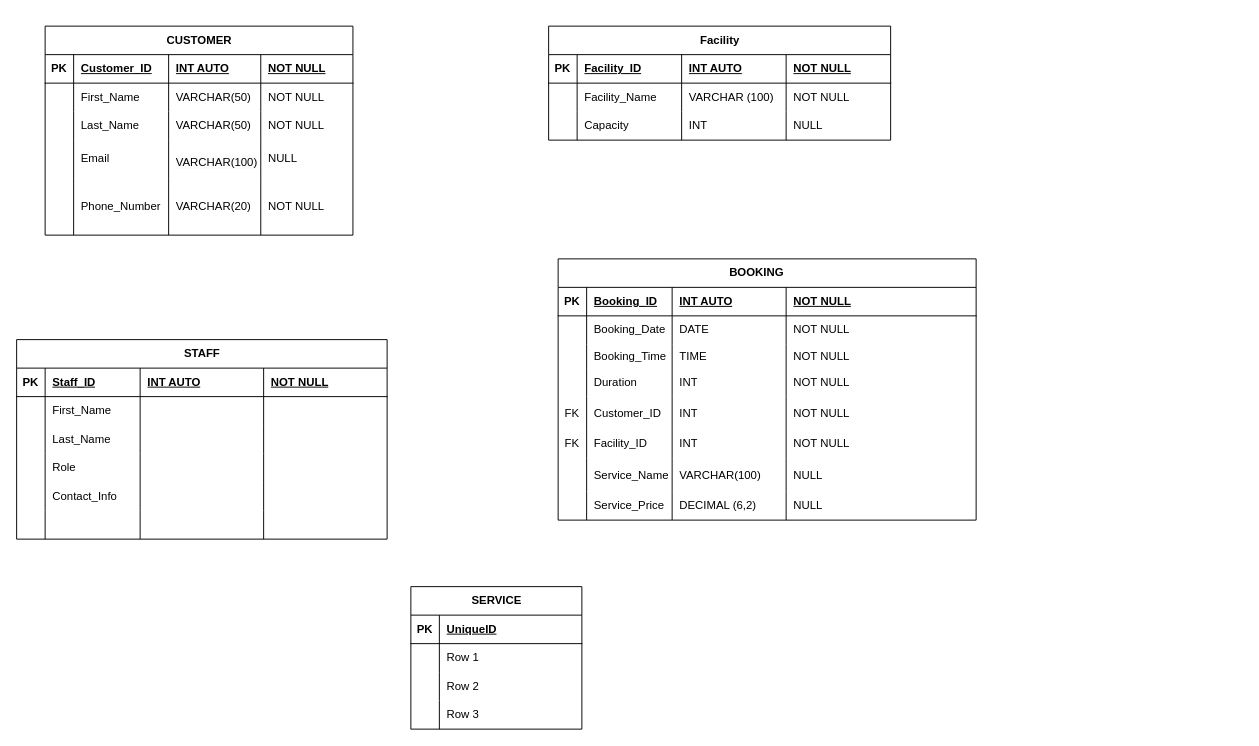
rodolfo-lopez-dev/Capstone_1 keeps this draw.io diagram as ERD_Lopez.drawio. Above is the earlier version. Source tidied: cells renumbered, new cells numbered last; positions are measured from the earlier drawing's top-left corner, leaving out a move shared by most shapes. Both pictures are drawn from the tidied source at 95%, with x=0, y=0 at pixel (16, 26).
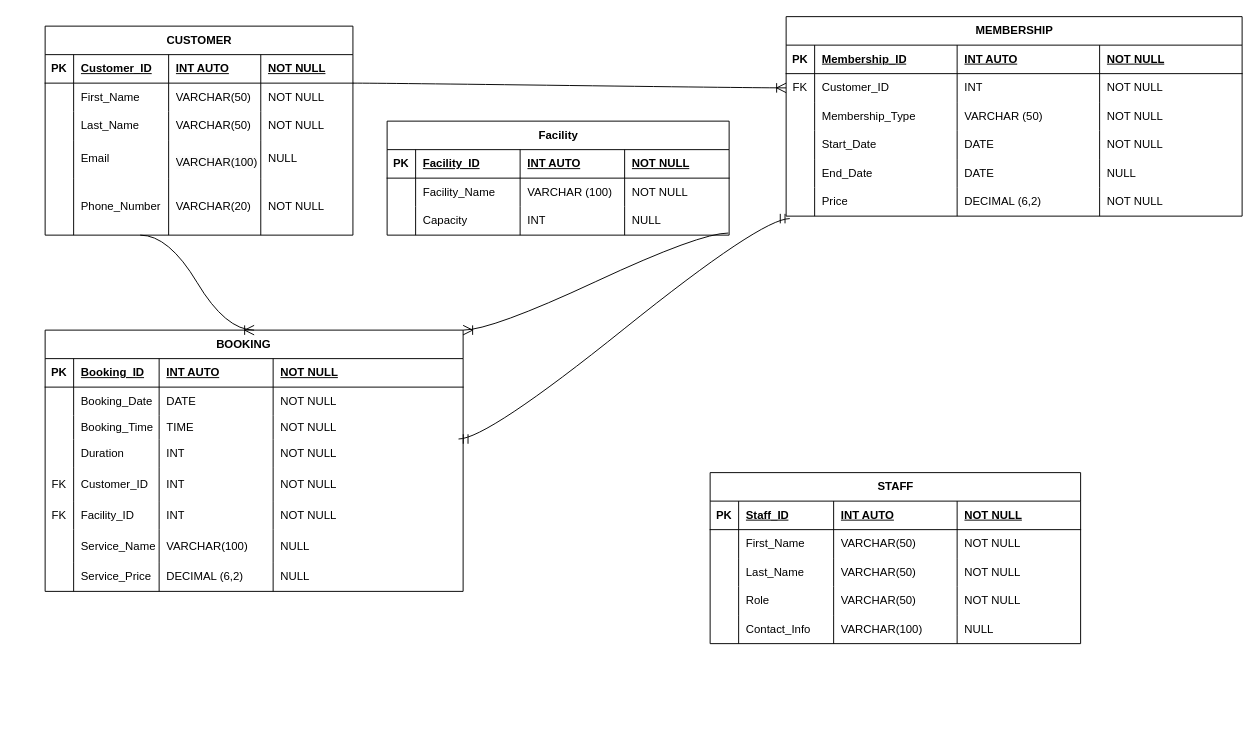
Above is the later version.

Commit message (it also covers changes not shown here):
finished erd diagram and now working on creation of tables in my business

Unchanged cells that the change refers to:
```xml
<mxCell id="23" style="shape=tableRow;horizontal=0;startSize=0;swimlaneHead=0;swimlaneBody=0;fillColor=none;points=[[0,0.5],[1,0.5]];portConstraint=eastwest;top=0;left=0;right=0;bottom=0;" parent="2" vertex="1">
  <mxGeometry y="160" width="324" height="60" as="geometry" />
</mxCell>
<mxCell id="39" style="shape=tableRow;horizontal=0;startSize=0;swimlaneHead=0;swimlaneBody=0;fillColor=none;points=[[0,0.5],[1,0.5]];portConstraint=eastwest;top=0;left=0;right=0;bottom=0;" parent="28" vertex="1">
  <mxGeometry y="90" width="360" height="30" as="geometry" />
</mxCell>
<mxCell id="60" style="shape=tableRow;horizontal=0;startSize=0;swimlaneHead=0;swimlaneBody=0;fillColor=none;points=[[0,0.5],[1,0.5]];portConstraint=eastwest;top=0;left=0;right=0;bottom=0;" parent="44" vertex="1">
  <mxGeometry y="115" width="440" height="30" as="geometry" />
</mxCell>
<mxCell id="91" style="shape=tableRow;horizontal=0;startSize=0;swimlaneHead=0;swimlaneBody=0;fillColor=none;top=0;left=0;right=0;bottom=0;" parent="85" vertex="1">
  <mxGeometry y="60" width="390" height="30" as="geometry" />
</mxCell>
<mxCell id="96" style="shape=tableRow;horizontal=0;startSize=0;swimlaneHead=0;swimlaneBody=0;fillColor=none;top=0;left=0;right=0;bottom=0;" parent="85" vertex="1">
  <mxGeometry y="90" width="390" height="30" as="geometry" />
</mxCell>
<mxCell id="101" style="shape=tableRow;horizontal=0;startSize=0;swimlaneHead=0;swimlaneBody=0;fillColor=none;top=0;left=0;right=0;bottom=0;" parent="85" vertex="1">
  <mxGeometry y="120" width="390" height="30" as="geometry" />
</mxCell>
<mxCell id="106" style="shape=tableRow;horizontal=0;startSize=0;swimlaneHead=0;swimlaneBody=0;fillColor=none;top=0;left=0;right=0;bottom=0;" parent="85" vertex="1">
  <mxGeometry y="150" width="390" height="30" as="geometry" />
</mxCell>
```

The edit, as a diff of the source:
```diff
@@
     <mxCell id="28" value="Facility" style="shape=table;startSize=30;childLayout=tableLayout;rowLines=0;fontStyle=1;align=center;html=1;" parent="1" vertex="1">
-      <mxGeometry x="560" width="360" height="120" as="geometry" />
+      <mxGeometry x="390" y="100" width="360" height="120" as="geometry" />
     </mxCell>
@@
     <mxCell id="44" value="BOOKING&lt;span style=&quot;white-space: pre;&quot;&gt;&#9;&lt;/span&gt;" style="shape=table;startSize=30;childLayout=tableLayout;rowLines=0;fontStyle=1;align=center;html=1;" parent="1" vertex="1">
-      <mxGeometry x="570" y="245" width="440" height="275" as="geometry" />
+      <mxGeometry x="30" y="320" width="440" height="275" as="geometry" />
     </mxCell>
@@
     <mxCell id="85" value="STAFF" style="shape=table;startSize=30;childLayout=tableLayout;rowLines=0;fontStyle=1;align=center;html=1;" parent="1" vertex="1">
-      <mxGeometry y="330" width="390" height="210" as="geometry" />
+      <mxGeometry x="730" y="470" width="390" height="180" as="geometry" />
     </mxCell>
@@
-    <mxCell id="94" style="shape=partialRectangle;fillColor=none;top=0;left=0;bottom=0;right=0;align=left;spacingLeft=6;overflow=hidden;whiteSpace=wrap;html=1;" parent="91" vertex="1">
+    <mxCell id="94" value="VARCHAR(50)&lt;span style=&quot;white-space: pre;&quot;&gt;&#9;&lt;/span&gt;" style="shape=partialRectangle;fillColor=none;top=0;left=0;bottom=0;right=0;align=left;spacingLeft=6;overflow=hidden;whiteSpace=wrap;html=1;" parent="91" vertex="1">
       <mxGeometry x="130" width="130" height="30" as="geometry" />
     </mxCell>
-    <mxCell id="95" style="shape=partialRectangle;fillColor=none;top=0;left=0;bottom=0;right=0;align=left;spacingLeft=6;overflow=hidden;whiteSpace=wrap;html=1;" parent="91" vertex="1">
+    <mxCell id="95" value="NOT NULL" style="shape=partialRectangle;fillColor=none;top=0;left=0;bottom=0;right=0;align=left;spacingLeft=6;overflow=hidden;whiteSpace=wrap;html=1;" parent="91" vertex="1">
       <mxGeometry x="260" width="130" height="30" as="geometry" />
     </mxCell>
@@
-    <mxCell id="99" style="shape=partialRectangle;fillColor=none;top=0;left=0;bottom=0;right=0;align=left;spacingLeft=6;overflow=hidden;whiteSpace=wrap;html=1;" parent="96" vertex="1">
+    <mxCell id="99" value="VARCHAR(50)" style="shape=partialRectangle;fillColor=none;top=0;left=0;bottom=0;right=0;align=left;spacingLeft=6;overflow=hidden;whiteSpace=wrap;html=1;" parent="96" vertex="1">
       <mxGeometry x="130" width="130" height="30" as="geometry" />
     </mxCell>
-    <mxCell id="100" style="shape=partialRectangle;fillColor=none;top=0;left=0;bottom=0;right=0;align=left;spacingLeft=6;overflow=hidden;whiteSpace=wrap;html=1;" parent="96" vertex="1">
+    <mxCell id="100" value="NOT NULL" style="shape=partialRectangle;fillColor=none;top=0;left=0;bottom=0;right=0;align=left;spacingLeft=6;overflow=hidden;whiteSpace=wrap;html=1;" parent="96" vertex="1">
       <mxGeometry x="260" width="130" height="30" as="geometry" />
     </mxCell>
@@
-    <mxCell id="104" style="shape=partialRectangle;fillColor=none;top=0;left=0;bottom=0;right=0;align=left;spacingLeft=6;overflow=hidden;whiteSpace=wrap;html=1;" parent="101" vertex="1">
+    <mxCell id="104" value="VARCHAR(50)" style="shape=partialRectangle;fillColor=none;top=0;left=0;bottom=0;right=0;align=left;spacingLeft=6;overflow=hidden;whiteSpace=wrap;html=1;" parent="101" vertex="1">
       <mxGeometry x="130" width="130" height="30" as="geometry" />
     </mxCell>
-    <mxCell id="105" style="shape=partialRectangle;fillColor=none;top=0;left=0;bottom=0;right=0;align=left;spacingLeft=6;overflow=hidden;whiteSpace=wrap;html=1;" parent="101" vertex="1">
+    <mxCell id="105" value="NOT NULL" style="shape=partialRectangle;fillColor=none;top=0;left=0;bottom=0;right=0;align=left;spacingLeft=6;overflow=hidden;whiteSpace=wrap;html=1;" parent="101" vertex="1">
       <mxGeometry x="260" width="130" height="30" as="geometry" />
     </mxCell>
@@
-    <mxCell id="109" style="shape=partialRectangle;fillColor=none;top=0;left=0;bottom=0;right=0;align=left;spacingLeft=6;overflow=hidden;whiteSpace=wrap;html=1;" parent="106" vertex="1">
+    <mxCell id="109" value="VARCHAR(100)" style="shape=partialRectangle;fillColor=none;top=0;left=0;bottom=0;right=0;align=left;spacingLeft=6;overflow=hidden;whiteSpace=wrap;html=1;" parent="106" vertex="1">
       <mxGeometry x="130" width="130" height="30" as="geometry" />
     </mxCell>
-    <mxCell id="110" style="shape=partialRectangle;fillColor=none;top=0;left=0;bottom=0;right=0;align=left;spacingLeft=6;overflow=hidden;whiteSpace=wrap;html=1;" parent="106" vertex="1">
+    <mxCell id="110" value="NULL" style="shape=partialRectangle;fillColor=none;top=0;left=0;bottom=0;right=0;align=left;spacingLeft=6;overflow=hidden;whiteSpace=wrap;html=1;" parent="106" vertex="1">
       <mxGeometry x="260" width="130" height="30" as="geometry" />
     </mxCell>
-    <mxCell id="111" style="shape=tableRow;horizontal=0;startSize=0;swimlaneHead=0;swimlaneBody=0;fillColor=none;top=0;left=0;right=0;bottom=0;" parent="85" vertex="1">
-      <mxGeometry y="180" width="390" height="30" as="geometry" />
-    </mxCell>
-    <mxCell id="112" style="shape=partialRectangle;fillColor=none;top=0;left=0;bottom=0;right=0;overflow=hidden;whiteSpace=wrap;html=1;" parent="111" vertex="1">
-      <mxGeometry width="30" height="30" as="geometry" />
-    </mxCell>
-    <mxCell id="113" style="shape=partialRectangle;fillColor=none;top=0;left=0;bottom=0;right=0;align=left;spacingLeft=6;overflow=hidden;whiteSpace=wrap;html=1;" parent="111" vertex="1">
-      <mxGeometry x="30" width="100" height="30" as="geometry" />
-    </mxCell>
-    <mxCell id="114" style="shape=partialRectangle;fillColor=none;top=0;left=0;bottom=0;right=0;align=left;spacingLeft=6;overflow=hidden;whiteSpace=wrap;html=1;" parent="111" vertex="1">
-      <mxGeometry x="130" width="130" height="30" as="geometry" />
-    </mxCell>
-    <mxCell id="115" style="shape=partialRectangle;fillColor=none;top=0;left=0;bottom=0;right=0;align=left;spacingLeft=6;overflow=hidden;whiteSpace=wrap;html=1;" parent="111" vertex="1">
-      <mxGeometry x="260" width="130" height="30" as="geometry" />
-    </mxCell>
-    <mxCell id="116" value="SERVICE" style="shape=table;startSize=30;childLayout=tableLayout;rowLines=0;fontStyle=1;align=center;html=1;" parent="1" vertex="1">
-      <mxGeometry x="415" y="590" width="180" height="150" as="geometry" />
+    <mxCell id="116" value="MEMBERSHIP" style="shape=table;startSize=30;childLayout=tableLayout;rowLines=0;fontStyle=1;align=center;html=1;" parent="1" vertex="1">
+      <mxGeometry x="810" y="-10" width="480" height="210" as="geometry" />
     </mxCell>
     <mxCell id="117" style="shape=tableRow;horizontal=0;startSize=0;swimlaneHead=0;swimlaneBody=0;fillColor=none;top=0;left=0;right=0;bottom=1;" parent="116" vertex="1">
-      <mxGeometry y="30" width="180" height="30" as="geometry" />
+      <mxGeometry y="30" width="480" height="30" as="geometry" />
     </mxCell>
@@
-    <mxCell id="119" value="UniqueID" style="shape=partialRectangle;fillColor=none;top=0;left=0;bottom=0;right=0;align=left;spacingLeft=6;fontStyle=5;overflow=hidden;whiteSpace=wrap;html=1;" parent="117" vertex="1">
+    <mxCell id="119" value="Membership_ID" style="shape=partialRectangle;fillColor=none;top=0;left=0;bottom=0;right=0;align=left;spacingLeft=6;fontStyle=5;overflow=hidden;whiteSpace=wrap;html=1;" parent="117" vertex="1">
       <mxGeometry x="30" width="150" height="30" as="geometry" />
     </mxCell>
+    <mxCell id="129" value="INT AUTO" style="shape=partialRectangle;fillColor=none;top=0;left=0;bottom=0;right=0;align=left;spacingLeft=6;fontStyle=5;overflow=hidden;whiteSpace=wrap;html=1;" parent="117" vertex="1">
+      <mxGeometry x="180" width="150" height="30" as="geometry" />
+    </mxCell>
+    <mxCell id="130" value="NOT NULL" style="shape=partialRectangle;fillColor=none;top=0;left=0;bottom=0;right=0;align=left;spacingLeft=6;fontStyle=5;overflow=hidden;whiteSpace=wrap;html=1;" parent="117" vertex="1">
+      <mxGeometry x="330" width="150" height="30" as="geometry" />
+    </mxCell>
     <mxCell id="120" style="shape=tableRow;horizontal=0;startSize=0;swimlaneHead=0;swimlaneBody=0;fillColor=none;points=[[0,0.5],[1,0.5]];portConstraint=eastwest;top=0;left=0;right=0;bottom=0;" parent="116" vertex="1">
-      <mxGeometry y="60" width="180" height="30" as="geometry" />
+      <mxGeometry y="60" width="480" height="30" as="geometry" />
     </mxCell>
-    <mxCell id="121" style="shape=partialRectangle;fillColor=none;top=0;left=0;bottom=0;right=0;overflow=hidden;whiteSpace=wrap;html=1;" parent="120" vertex="1">
+    <mxCell id="121" value="FK" style="shape=partialRectangle;fillColor=none;top=0;left=0;bottom=0;right=0;overflow=hidden;whiteSpace=wrap;html=1;" parent="120" vertex="1">
       <mxGeometry width="30" height="30" as="geometry" />
     </mxCell>
-    <mxCell id="122" value="Row 1" style="shape=partialRectangle;fillColor=none;top=0;left=0;bottom=0;right=0;align=left;spacingLeft=6;overflow=hidden;whiteSpace=wrap;html=1;" parent="120" vertex="1">
+    <mxCell id="122" value="Customer_ID" style="shape=partialRectangle;fillColor=none;top=0;left=0;bottom=0;right=0;align=left;spacingLeft=6;overflow=hidden;whiteSpace=wrap;html=1;" parent="120" vertex="1">
       <mxGeometry x="30" width="150" height="30" as="geometry" />
     </mxCell>
+    <mxCell id="131" value="INT" style="shape=partialRectangle;fillColor=none;top=0;left=0;bottom=0;right=0;align=left;spacingLeft=6;overflow=hidden;whiteSpace=wrap;html=1;" parent="120" vertex="1">
+      <mxGeometry x="180" width="150" height="30" as="geometry" />
+    </mxCell>
+    <mxCell id="132" value="NOT NULL" style="shape=partialRectangle;fillColor=none;top=0;left=0;bottom=0;right=0;align=left;spacingLeft=6;overflow=hidden;whiteSpace=wrap;html=1;" parent="120" vertex="1">
+      <mxGeometry x="330" width="150" height="30" as="geometry" />
+    </mxCell>
     <mxCell id="123" style="shape=tableRow;horizontal=0;startSize=0;swimlaneHead=0;swimlaneBody=0;fillColor=none;top=0;left=0;right=0;bottom=0;" parent="116" vertex="1">
-      <mxGeometry y="90" width="180" height="30" as="geometry" />
+      <mxGeometry y="90" width="480" height="30" as="geometry" />
     </mxCell>
@@
-    <mxCell id="125" value="Row 2" style="shape=partialRectangle;fillColor=none;top=0;left=0;bottom=0;right=0;align=left;spacingLeft=6;overflow=hidden;whiteSpace=wrap;html=1;" parent="123" vertex="1">
+    <mxCell id="125" value="Membership_Type" style="shape=partialRectangle;fillColor=none;top=0;left=0;bottom=0;right=0;align=left;spacingLeft=6;overflow=hidden;whiteSpace=wrap;html=1;" parent="123" vertex="1">
       <mxGeometry x="30" width="150" height="30" as="geometry" />
     </mxCell>
+    <mxCell id="133" value="VARCHAR (50)" style="shape=partialRectangle;fillColor=none;top=0;left=0;bottom=0;right=0;align=left;spacingLeft=6;overflow=hidden;whiteSpace=wrap;html=1;" parent="123" vertex="1">
+      <mxGeometry x="180" width="150" height="30" as="geometry" />
+    </mxCell>
+    <mxCell id="134" value="NOT NULL&amp;nbsp;" style="shape=partialRectangle;fillColor=none;top=0;left=0;bottom=0;right=0;align=left;spacingLeft=6;overflow=hidden;whiteSpace=wrap;html=1;" parent="123" vertex="1">
+      <mxGeometry x="330" width="150" height="30" as="geometry" />
+    </mxCell>
     <mxCell id="126" style="shape=tableRow;horizontal=0;startSize=0;swimlaneHead=0;swimlaneBody=0;fillColor=none;top=0;left=0;right=0;bottom=0;" parent="116" vertex="1">
-      <mxGeometry y="120" width="180" height="30" as="geometry" />
+      <mxGeometry y="120" width="480" height="30" as="geometry" />
     </mxCell>
@@
-    <mxCell id="128" value="Row 3" style="shape=partialRectangle;fillColor=none;top=0;left=0;bottom=0;right=0;align=left;spacingLeft=6;overflow=hidden;whiteSpace=wrap;html=1;" parent="126" vertex="1">
+    <mxCell id="128" value="Start_Date" style="shape=partialRectangle;fillColor=none;top=0;left=0;bottom=0;right=0;align=left;spacingLeft=6;overflow=hidden;whiteSpace=wrap;html=1;" parent="126" vertex="1">
       <mxGeometry x="30" width="150" height="30" as="geometry" />
     </mxCell>
+    <mxCell id="135" value="DATE" style="shape=partialRectangle;fillColor=none;top=0;left=0;bottom=0;right=0;align=left;spacingLeft=6;overflow=hidden;whiteSpace=wrap;html=1;" parent="126" vertex="1">
+      <mxGeometry x="180" width="150" height="30" as="geometry" />
+    </mxCell>
+    <mxCell id="136" value="NOT NULL" style="shape=partialRectangle;fillColor=none;top=0;left=0;bottom=0;right=0;align=left;spacingLeft=6;overflow=hidden;whiteSpace=wrap;html=1;" parent="126" vertex="1">
+      <mxGeometry x="330" width="150" height="30" as="geometry" />
+    </mxCell>
+    <mxCell id="137" style="shape=tableRow;horizontal=0;startSize=0;swimlaneHead=0;swimlaneBody=0;fillColor=none;top=0;left=0;right=0;bottom=0;" parent="116" vertex="1">
+      <mxGeometry y="150" width="480" height="30" as="geometry" />
+    </mxCell>
+    <mxCell id="138" style="shape=partialRectangle;fillColor=none;top=0;left=0;bottom=0;right=0;overflow=hidden;whiteSpace=wrap;html=1;" parent="137" vertex="1">
+      <mxGeometry width="30" height="30" as="geometry" />
+    </mxCell>
+    <mxCell id="139" value="End_Date" style="shape=partialRectangle;fillColor=none;top=0;left=0;bottom=0;right=0;align=left;spacingLeft=6;overflow=hidden;whiteSpace=wrap;html=1;" parent="137" vertex="1">
+      <mxGeometry x="30" width="150" height="30" as="geometry" />
+    </mxCell>
+    <mxCell id="140" value="DATE&amp;nbsp;" style="shape=partialRectangle;fillColor=none;top=0;left=0;bottom=0;right=0;align=left;spacingLeft=6;overflow=hidden;whiteSpace=wrap;html=1;" parent="137" vertex="1">
+      <mxGeometry x="180" width="150" height="30" as="geometry" />
+    </mxCell>
+    <mxCell id="141" value="NULL" style="shape=partialRectangle;fillColor=none;top=0;left=0;bottom=0;right=0;align=left;spacingLeft=6;overflow=hidden;whiteSpace=wrap;html=1;" parent="137" vertex="1">
+      <mxGeometry x="330" width="150" height="30" as="geometry" />
+    </mxCell>
+    <mxCell id="142" style="shape=tableRow;horizontal=0;startSize=0;swimlaneHead=0;swimlaneBody=0;fillColor=none;points=[[0,0.5],[1,0.5]];portConstraint=eastwest;top=0;left=0;right=0;bottom=0;" parent="116" vertex="1">
+      <mxGeometry y="180" width="480" height="30" as="geometry" />
+    </mxCell>
+    <mxCell id="143" style="shape=partialRectangle;fillColor=none;top=0;left=0;bottom=0;right=0;overflow=hidden;whiteSpace=wrap;html=1;" parent="142" vertex="1">
+      <mxGeometry width="30" height="30" as="geometry" />
+    </mxCell>
+    <mxCell id="144" value="Price" style="shape=partialRectangle;fillColor=none;top=0;left=0;bottom=0;right=0;align=left;spacingLeft=6;overflow=hidden;whiteSpace=wrap;html=1;" parent="142" vertex="1">
+      <mxGeometry x="30" width="150" height="30" as="geometry" />
+    </mxCell>
+    <mxCell id="145" value="DECIMAL (6,2)" style="shape=partialRectangle;fillColor=none;top=0;left=0;bottom=0;right=0;align=left;spacingLeft=6;overflow=hidden;whiteSpace=wrap;html=1;" parent="142" vertex="1">
+      <mxGeometry x="180" width="150" height="30" as="geometry" />
+    </mxCell>
+    <mxCell id="146" value="NOT NULL" style="shape=partialRectangle;fillColor=none;top=0;left=0;bottom=0;right=0;align=left;spacingLeft=6;overflow=hidden;whiteSpace=wrap;html=1;" parent="142" vertex="1">
+      <mxGeometry x="330" width="150" height="30" as="geometry" />
+    </mxCell>
+    <mxCell id="147" style="edgeStyle=entityRelationEdgeStyle;fontSize=12;html=1;endArrow=ERoneToMany;rounded=0;startSize=8;endSize=8;curved=1;entryX=1;entryY=0;entryDx=0;entryDy=0;exitX=0.998;exitY=0.927;exitDx=0;exitDy=0;exitPerimeter=0;" parent="1" edge="1" source="39" target="44">
+      <mxGeometry relative="1" as="geometry" />
+    </mxCell>
+    <mxCell id="148" style="edgeStyle=entityRelationEdgeStyle;fontSize=12;html=1;endArrow=ERoneToMany;rounded=0;startSize=8;endSize=8;curved=1;exitX=0.309;exitY=1;exitDx=0;exitDy=0;entryX=0.5;entryY=0;entryDx=0;entryDy=0;exitPerimeter=0;" parent="1" edge="1" source="23" target="44">
+      <mxGeometry relative="1" as="geometry" />
+    </mxCell>
+    <mxCell id="149" style="edgeStyle=entityRelationEdgeStyle;fontSize=12;html=1;endArrow=ERoneToMany;rounded=0;startSize=8;endSize=8;curved=1;entryX=0;entryY=0.5;entryDx=0;entryDy=0;" parent="1" edge="1" target="120">
+      <mxGeometry relative="1" as="geometry">
+        <mxPoint x="354" y="60" as="sourcePoint" />
+      </mxGeometry>
+    </mxCell>
+    <mxCell id="150" style="edgeStyle=entityRelationEdgeStyle;fontSize=12;html=1;endArrow=ERmandOne;startArrow=ERmandOne;rounded=0;startSize=8;endSize=8;curved=1;exitX=0.989;exitY=-0.013;exitDx=0;exitDy=0;exitPerimeter=0;entryX=0.008;entryY=1.087;entryDx=0;entryDy=0;entryPerimeter=0;" parent="1" edge="1" source="60" target="142">
+      <mxGeometry relative="1" as="geometry" />
+    </mxCell>
```
